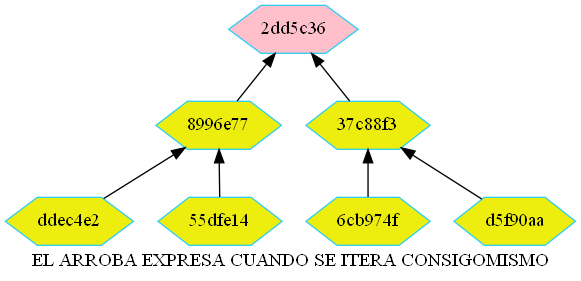
The Graphviz diagram merkle.png in betebetoven/EDDS2F2, before a commit. Its source is kept beside it as merkle.dot.
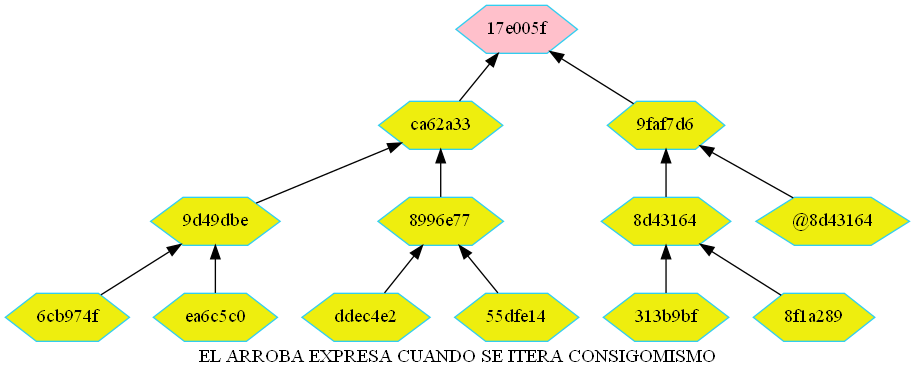
The same diagram one commit later.

Diff of the diagram source:
```diff
@@ -9,9 +9,15 @@
 
 "ddec4e2" -> "8996e77"
 "55dfe14" -> "8996e77"
-"6cb974f" -> "37c88f3"
-"d5f90aa" -> "37c88f3"
-"8996e77" -> "2dd5c36"
-"37c88f3" -> "2dd5c36"
-"2dd5c36"[fillcolor="pink"]
+"6cb974f" -> "9d49dbe"
+"ea6c5c0" -> "9d49dbe"
+"313b9bf" -> "8d43164"
+"8f1a289" -> "8d43164"
+"8996e77" -> "ca62a33"
+"9d49dbe" -> "ca62a33"
+"8d43164" -> "9faf7d6"
+"@8d43164" -> "9faf7d6"
+"ca62a33" -> "17e005f"
+"9faf7d6" -> "17e005f"
+"17e005f"[fillcolor="pink"]
 }
```
